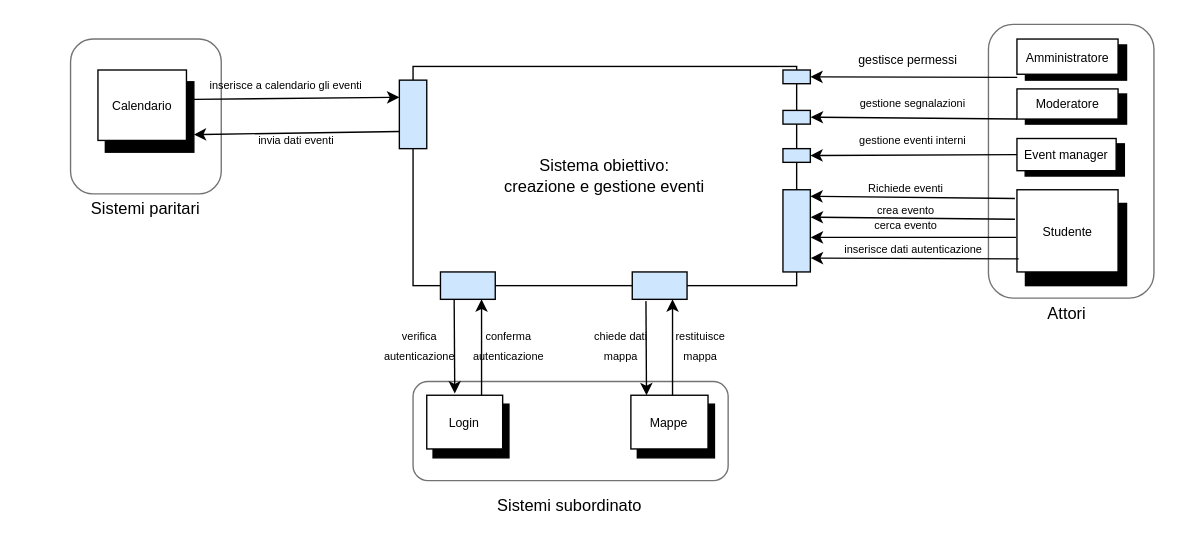
tomasel/IS_Univents keeps this draw.io diagram as diagrams/2.context_diagram/context_d.drawio. Above is the earlier version. Source tidied: cells renumbered, new cells numbered last; positions are measured from the earlier drawing's top-left corner, leaving out a move shared by most shapes. Both pictures are drawn from the tidied source at 137%, with x=0, y=0 at pixel (56, 23).
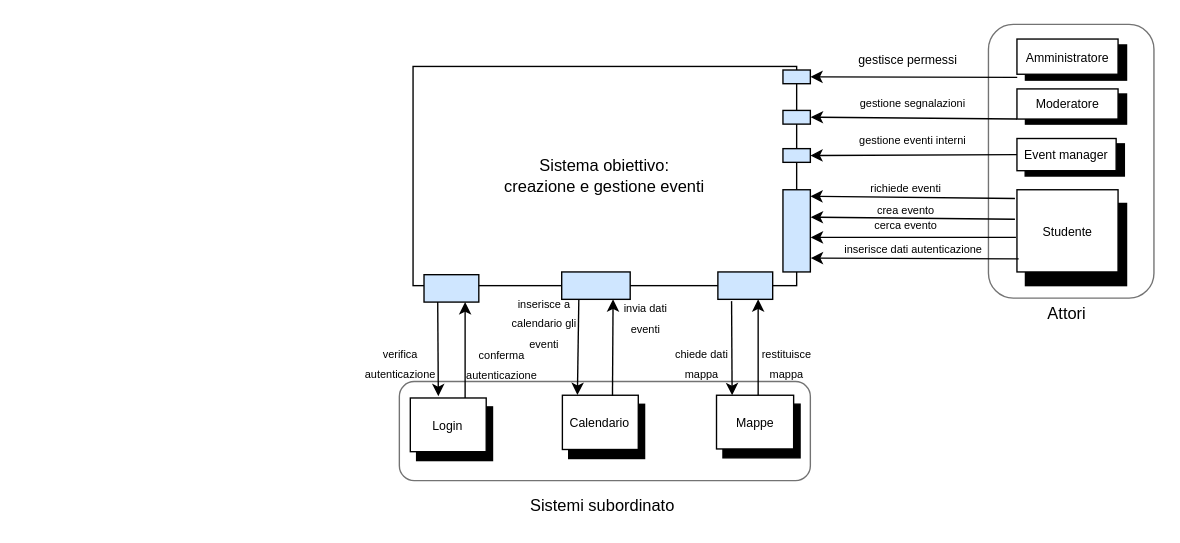
After the change.

Commit message:
context diagram version v2

What changed in the source:
```diff
@@
-    <mxCell id="2" style="rounded=1;whiteSpace=wrap;html=1;fillColor=none;strokeColor=#737373;" parent="1" vertex="1">
-      <mxGeometry x="10" y="11" width="110" height="113" as="geometry" />
-    </mxCell>
     <mxCell id="3" style="group;" parent="1" vertex="1">
-      <mxGeometry x="260" y="261" width="230" height="100" as="geometry" />
+      <mxGeometry x="260" y="261" width="340" height="100" as="geometry" />
     </mxCell>
     <mxCell id="4" style="rounded=1;whiteSpace=wrap;html=1;fillColor=none;strokeColor=#737373;" parent="3" vertex="1">
-      <mxGeometry width="230" height="72.3" as="geometry" />
+      <mxGeometry x="-10" width="300" height="72.3" as="geometry" />
     </mxCell>
     <mxCell id="5" value="Sistemi subordinato" style="text;html=1;strokeColor=none;fillColor=none;align=center;verticalAlign=middle;whiteSpace=wrap;rounded=0;" parent="3" vertex="1">
-      <mxGeometry x="58.7" y="81.5" width="111" height="18.5" as="geometry" />
+      <mxGeometry x="71.4" y="81.5" width="135.2" height="18.5" as="geometry" />
     </mxCell>
+    <mxCell id="68" style="group;" parent="3" vertex="1">
+      <mxGeometry x="109" y="10" width="60" height="46.1" as="geometry" />
+    </mxCell>
+    <mxCell id="69" style="group;" parent="68" vertex="1">
+      <mxGeometry width="60" height="46.1" as="geometry" />
+    </mxCell>
+    <mxCell id="70" style="rounded=0;whiteSpace=wrap;html=1;fillColor=#000000;" parent="69" vertex="1">
+      <mxGeometry x="4.6" y="6.6" width="55.4" height="39.6" as="geometry" />
+    </mxCell>
+    <mxCell id="71" value="&lt;font style=&quot;font-size: 9px&quot;&gt;Calendario&lt;/font&gt;" style="rounded=0;whiteSpace=wrap;html=1;" parent="69" vertex="1">
+      <mxGeometry width="55.4" height="39.6" as="geometry" />
+    </mxCell>
@@
     <mxCell id="8" style="rounded=0;whiteSpace=wrap;html=1;fillColor=#CFE6FF;" parent="1" vertex="1">
-      <mxGeometry x="420" y="181" width="40" height="20" as="geometry" />
+      <mxGeometry x="482.5" y="181" width="40" height="20" as="geometry" />
     </mxCell>
     <mxCell id="9" style="rounded=0;whiteSpace=wrap;html=1;fillColor=#CFE6FF;" parent="1" vertex="1">
-      <mxGeometry x="280" y="181" width="40" height="20" as="geometry" />
+      <mxGeometry x="268" y="183" width="40" height="20" as="geometry" />
     </mxCell>
@@
     <mxCell id="12" style="group;" parent="1" vertex="1">
-      <mxGeometry x="270" y="271" width="60" height="45.7" as="geometry" />
+      <mxGeometry x="258" y="273" width="60" height="45.7" as="geometry" />
     </mxCell>
@@
     <mxCell id="16" style="group;" parent="1" vertex="1">
-      <mxGeometry x="419" y="271" width="61" height="45.7" as="geometry" />
+      <mxGeometry x="481.5" y="271" width="61" height="45.7" as="geometry" />
     </mxCell>
@@
-    <mxCell id="20" style="rounded=0;whiteSpace=wrap;html=1;fillColor=#cfe6ff;" parent="1" vertex="1">
-      <mxGeometry x="250" y="41" width="20" height="50" as="geometry" />
-    </mxCell>
     <mxCell id="21" value="&lt;font style=&quot;font-size: 7px&quot;&gt;&lt;br&gt;&lt;/font&gt;" style="edgeLabel;html=1;align=center;verticalAlign=middle;labelBackgroundColor=none;rotation=45;" parent="1" vertex="1">
-      <mxGeometry x="225" y="181" as="geometry">
+      <mxGeometry x="213" y="183" as="geometry">
         <mxPoint x="-55" y="275" as="offset" />
       </mxGeometry>
     </mxCell>
@@
-    <mxCell id="30" value="&lt;font style=&quot;font-size: 8px&quot;&gt;Richiede eventi&lt;/font&gt;" style="text;html=1;strokeColor=none;fillColor=none;align=center;verticalAlign=middle;whiteSpace=wrap;rounded=0;labelBackgroundColor=none;" parent="1" vertex="1">
+    <mxCell id="30" value="&lt;font style=&quot;font-size: 8px&quot;&gt;richiede eventi&lt;/font&gt;" style="text;html=1;strokeColor=none;fillColor=none;align=center;verticalAlign=middle;whiteSpace=wrap;rounded=0;labelBackgroundColor=none;" parent="1" vertex="1">
       <mxGeometry x="570" y="114" width="100" height="10" as="geometry" />
     </mxCell>
@@
     <mxCell id="50" style="endArrow=classic;html=1;" parent="1" edge="1">
       <mxGeometry relative="1" as="geometry">
-        <mxPoint x="310" y="271" as="sourcePoint" />
-        <mxPoint x="310" y="201" as="targetPoint" />
+        <mxPoint x="298" y="273" as="sourcePoint" />
+        <mxPoint x="298" y="203" as="targetPoint" />
       </mxGeometry>
     </mxCell>
@@
     <mxCell id="52" value="&lt;font style=&quot;font-size: 8px&quot;&gt;conferma autenticazione&lt;/font&gt;" style="text;html=1;strokeColor=none;fillColor=none;align=center;verticalAlign=middle;whiteSpace=wrap;rounded=0;dashed=1;dashPattern=1 1;labelBackgroundColor=none;" parent="1" vertex="1">
-      <mxGeometry x="310" y="223.6" width="40" height="20" as="geometry" />
+      <mxGeometry x="305" y="238" width="40" height="20" as="geometry" />
     </mxCell>
     <mxCell id="53" value="&lt;font style=&quot;font-size: 8px&quot;&gt;verifica autenticazione&lt;/font&gt;" style="text;html=1;strokeColor=none;fillColor=none;align=center;verticalAlign=middle;whiteSpace=wrap;rounded=0;dashed=1;dashPattern=1 1;labelBackgroundColor=none;" parent="1" vertex="1">
-      <mxGeometry x="245" y="223.6" width="40" height="20" as="geometry" />
+      <mxGeometry x="231" y="237" width="40" height="20" as="geometry" />
     </mxCell>
     <mxCell id="54" style="endArrow=classic;html=1;exitX=0.25;exitY=1;exitDx=0;exitDy=0;entryX=0.369;entryY=-0.033;entryDx=0;entryDy=0;entryPerimeter=0;" parent="1" edge="1">
       <mxGeometry relative="1" as="geometry">
-        <mxPoint x="430" y="202.3" as="sourcePoint" />
-        <mxPoint x="430.4" y="271" as="targetPoint" />
+        <mxPoint x="492.5" y="202.3" as="sourcePoint" />
+        <mxPoint x="492.9" y="271" as="targetPoint" />
       </mxGeometry>
     </mxCell>
     <mxCell id="55" value="&lt;font style=&quot;font-size: 8px&quot;&gt;chiede dati mappa&lt;/font&gt;" style="text;html=1;strokeColor=none;fillColor=none;align=center;verticalAlign=middle;whiteSpace=wrap;rounded=0;dashed=1;dashPattern=1 1;labelBackgroundColor=none;" parent="1" vertex="1">
-      <mxGeometry x="390" y="223.6" width="44" height="20" as="geometry" />
+      <mxGeometry x="448.5" y="237" width="44" height="20" as="geometry" />
     </mxCell>
     <mxCell id="56" style="endArrow=classic;html=1;" parent="1" edge="1">
       <mxGeometry relative="1" as="geometry">
-        <mxPoint x="449.4" y="271" as="sourcePoint" />
-        <mxPoint x="449.4" y="201" as="targetPoint" />
+        <mxPoint x="511.9" y="271" as="sourcePoint" />
+        <mxPoint x="511.9" y="201" as="targetPoint" />
       </mxGeometry>
     </mxCell>
     <mxCell id="57" value="&lt;font style=&quot;font-size: 8px&quot;&gt;restituisce mappa&lt;/font&gt;" style="text;html=1;strokeColor=none;fillColor=none;align=center;verticalAlign=middle;whiteSpace=wrap;rounded=0;dashed=1;dashPattern=1 1;labelBackgroundColor=none;" parent="1" vertex="1">
-      <mxGeometry x="450" y="223.6" width="40" height="20" as="geometry" />
+      <mxGeometry x="512.5" y="237" width="40" height="20" as="geometry" />
     </mxCell>
-    <mxCell id="58" style="endArrow=classic;html=1;exitX=1;exitY=0.25;exitDx=0;exitDy=0;entryX=0;entryY=0.25;entryDx=0;entryDy=0;" parent="1" edge="1" source="70" target="20">
-      <mxGeometry relative="1" as="geometry" />
-    </mxCell>
-    <mxCell id="59" value="&lt;font style=&quot;font-size: 8px&quot;&gt;inserisce a calendario gli eventi&lt;/font&gt;" style="text;html=1;strokeColor=none;fillColor=none;align=center;verticalAlign=middle;whiteSpace=wrap;rounded=0;dashed=1;dashPattern=1 1;labelBackgroundColor=none;" parent="1" vertex="1">
-      <mxGeometry x="90" y="33.6" width="155" height="20" as="geometry" />
-    </mxCell>
-    <mxCell id="60" style="endArrow=classic;html=1;exitX=0;exitY=0.75;exitDx=0;exitDy=0;entryX=1;entryY=0.75;entryDx=0;entryDy=0;" parent="1" edge="1" source="20" target="70">
-      <mxGeometry relative="1" as="geometry" />
-    </mxCell>
-    <mxCell id="61" value="&lt;font style=&quot;font-size: 8px&quot;&gt;invia dati eventi&lt;/font&gt;" style="text;html=1;strokeColor=none;fillColor=none;align=center;verticalAlign=middle;whiteSpace=wrap;rounded=0;dashed=1;dashPattern=1 1;labelBackgroundColor=none;" parent="1" vertex="1">
-      <mxGeometry x="120" y="73.6" width="110" height="20" as="geometry" />
-    </mxCell>
-    <mxCell id="62" value="Sistemi paritari" style="text;html=1;strokeColor=none;fillColor=none;align=center;verticalAlign=middle;whiteSpace=wrap;rounded=0;" parent="1" vertex="1">
-      <mxGeometry y="129.7" width="130" height="11.3" as="geometry" />
-    </mxCell>
@@
-    <mxCell id="68" style="group;" parent="1" vertex="1">
-      <mxGeometry x="30" y="33.6" width="70" height="60" as="geometry" />
-    </mxCell>
-    <mxCell id="69" style="group;" parent="68" vertex="1">
-      <mxGeometry width="70" height="60" as="geometry" />
-    </mxCell>
-    <mxCell id="70" style="rounded=0;whiteSpace=wrap;html=1;fillColor=#000000;" parent="69" vertex="1">
-      <mxGeometry x="5.4" y="8.6" width="64.6" height="51.4" as="geometry" />
-    </mxCell>
-    <mxCell id="71" value="&lt;font style=&quot;font-size: 9px&quot;&gt;Calendario&lt;/font&gt;" style="rounded=0;whiteSpace=wrap;html=1;" parent="69" vertex="1">
-      <mxGeometry width="64.6" height="51.4" as="geometry" />
-    </mxCell>
+    <mxCell id="20" style="rounded=0;whiteSpace=wrap;html=1;fillColor=#cfe6ff;rotation=-90;" parent="1" vertex="1">
+      <mxGeometry x="383.5" y="166" width="20" height="50" as="geometry" />
+    </mxCell>
+    <mxCell id="58" style="endArrow=classic;html=1;exitX=0;exitY=0.25;exitDx=0;exitDy=0;entryX=0.198;entryY=-0.005;entryDx=0;entryDy=0;entryPerimeter=0;" parent="1" edge="1" source="20" target="71">
+      <mxGeometry relative="1" as="geometry" />
+    </mxCell>
+    <mxCell id="61" value="&lt;font style=&quot;font-size: 8px&quot;&gt;invia dati eventi&lt;/font&gt;" style="text;html=1;strokeColor=none;fillColor=none;align=center;verticalAlign=middle;whiteSpace=wrap;rounded=0;dashed=1;dashPattern=1 1;labelBackgroundColor=none;" parent="1" vertex="1">
+      <mxGeometry x="410" y="203.6" width="40" height="20" as="geometry" />
+    </mxCell>
+    <mxCell id="60" style="endArrow=classic;html=1;exitX=0.66;exitY=0.015;exitDx=0;exitDy=0;entryX=0;entryY=0.75;entryDx=0;entryDy=0;exitPerimeter=0;" parent="1" edge="1" source="71" target="20">
+      <mxGeometry relative="1" as="geometry" />
+    </mxCell>
+    <mxCell id="59" value="&lt;font style=&quot;font-size: 8px&quot;&gt;inserisce a calendario gli eventi&lt;/font&gt;" style="text;html=1;strokeColor=none;fillColor=none;align=center;verticalAlign=middle;whiteSpace=wrap;rounded=0;dashed=1;dashPattern=1 1;labelBackgroundColor=none;" parent="1" vertex="1">
+      <mxGeometry x="322" y="208" width="67.5" height="20" as="geometry" />
+    </mxCell>
```
